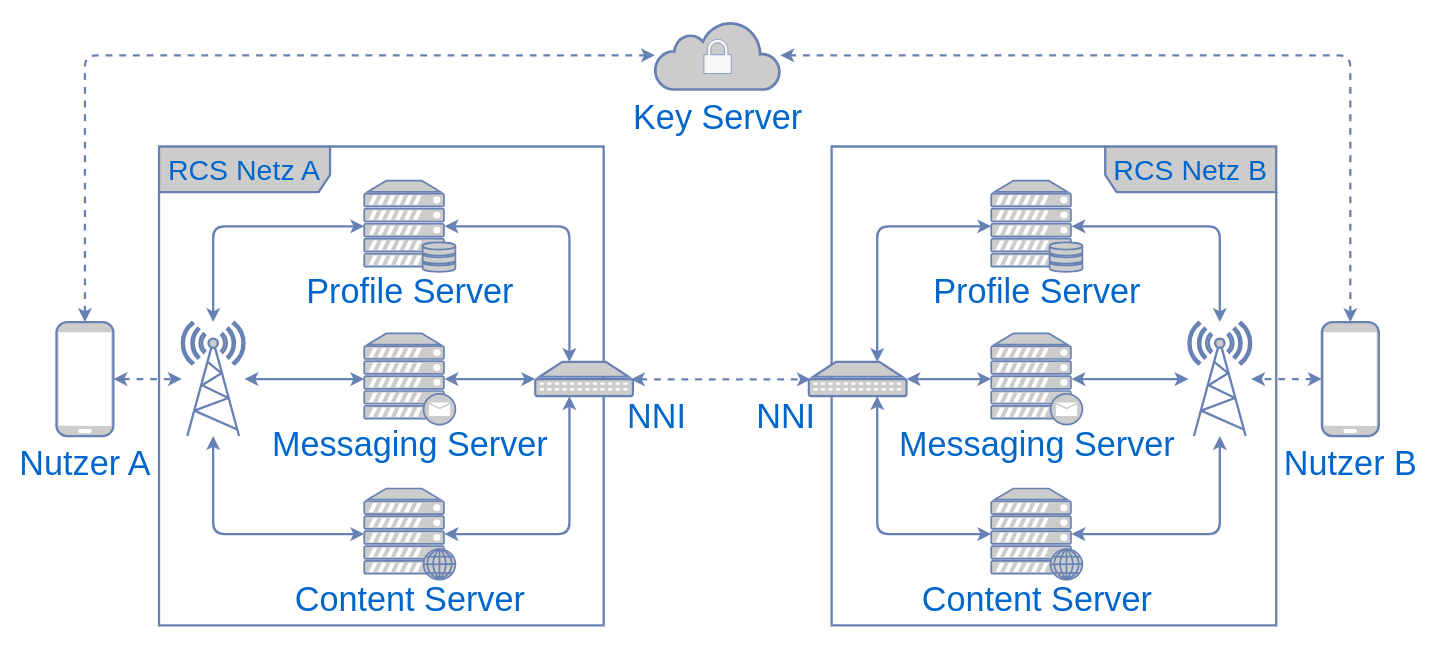
Earlier version of the draw.io diagram graphics/rcsnetz.drawio (DavidOlbrz/LiteraturSeminarWS24-25). Source tidied: cells renumbered, new cells numbered last; positions are measured from the earlier drawing's top-left corner, leaving out a move shared by most shapes. Both pictures are drawn from the tidied source at 114%, with x=0, y=0 at pixel (56, 21).
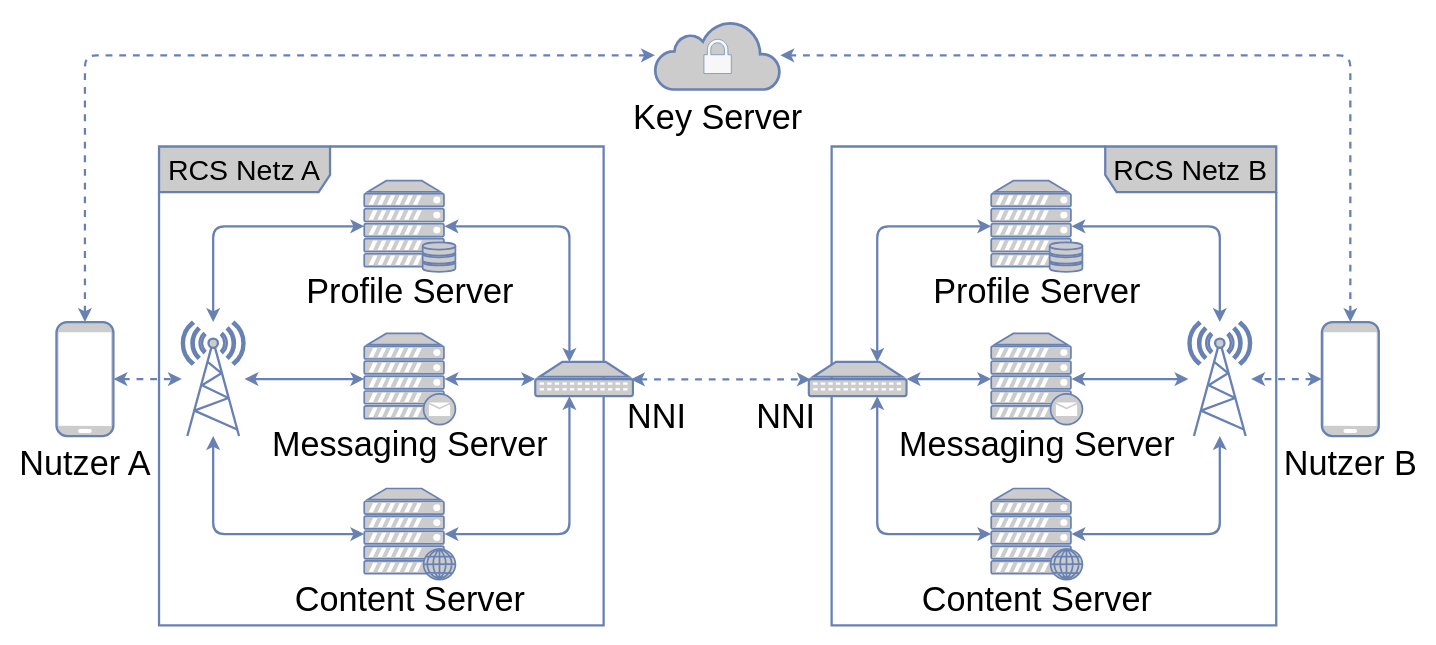
The same page after the edit.

Change to the diagram source:
```diff
@@
-    <mxCell id="4" value="Nutzer B" style="verticalAlign=top;verticalLabelPosition=bottom;labelPosition=center;align=center;html=1;outlineConnect=0;gradientDirection=north;strokeWidth=2;shape=mxgraph.networks.mobile;rounded=1;strokeColor=#6881B3;fontFamily=Helvetica;fontSize=30;fontColor=#0066CC;fillColor=#CCCCCC;gradientColor=none;" parent="1" vertex="1">
+    <mxCell id="4" value="Nutzer B" style="verticalAlign=top;verticalLabelPosition=bottom;labelPosition=center;align=center;html=1;outlineConnect=0;gradientDirection=north;strokeWidth=2;shape=mxgraph.networks.mobile;rounded=1;strokeColor=#6881B3;fontFamily=Helvetica;fontSize=30;fontColor=light-dark(#000000, #56aeff);fillColor=#CCCCCC;gradientColor=none;" parent="1" vertex="1">
       <mxGeometry x="1110" y="264" width="50" height="100" as="geometry" />
     </mxCell>
@@
-    <mxCell id="7" value="Nutzer A" style="verticalAlign=top;verticalLabelPosition=bottom;labelPosition=center;align=center;html=1;outlineConnect=0;gradientDirection=north;strokeWidth=2;shape=mxgraph.networks.mobile;rounded=1;strokeColor=#6881B3;fontFamily=Helvetica;fontSize=30;fontColor=#0066CC;fillColor=#CCCCCC;gradientColor=none;" parent="1" vertex="1">
+    <mxCell id="7" value="Nutzer A" style="verticalAlign=top;verticalLabelPosition=bottom;labelPosition=center;align=center;html=1;outlineConnect=0;gradientDirection=north;strokeWidth=2;shape=mxgraph.networks.mobile;rounded=1;strokeColor=#6881B3;fontFamily=Helvetica;fontSize=30;fontColor=light-dark(#000000, #56aeff);fillColor=#CCCCCC;gradientColor=none;" parent="1" vertex="1">
       <mxGeometry y="264" width="50" height="100" as="geometry" />
     </mxCell>
@@
-    <mxCell id="11" value="Messaging Server" style="verticalAlign=top;verticalLabelPosition=bottom;labelPosition=center;align=center;html=1;outlineConnect=0;gradientDirection=north;strokeWidth=2;shape=mxgraph.networks.mail_server;fillStyle=auto;shadow=0;rounded=1;strokeColor=#6881B3;fontFamily=Helvetica;fontSize=30;fontColor=#0066CC;fillColor=#CCCCCC;gradientColor=none;spacing=-5;" parent="1" vertex="1">
+    <mxCell id="11" value="Messaging Server" style="verticalAlign=top;verticalLabelPosition=bottom;labelPosition=center;align=center;html=1;outlineConnect=0;gradientDirection=north;strokeWidth=2;shape=mxgraph.networks.mail_server;fillStyle=auto;shadow=0;rounded=1;strokeColor=#6881B3;fontFamily=Helvetica;fontSize=30;fontColor=light-dark(#000000, #56aeff);fillColor=#CCCCCC;gradientColor=none;spacing=-5;" parent="1" vertex="1">
       <mxGeometry x="270" y="274" width="80" height="80" as="geometry" />
     </mxCell>
@@
-    <mxCell id="14" value="Content Server" style="verticalAlign=top;verticalLabelPosition=bottom;labelPosition=center;align=center;html=1;outlineConnect=0;gradientDirection=north;strokeWidth=2;shape=mxgraph.networks.web_server;rounded=1;strokeColor=#6881B3;fontFamily=Helvetica;fontSize=30;fontColor=#0066CC;fillColor=#CCCCCC;gradientColor=none;spacing=-5;" parent="1" vertex="1">
+    <mxCell id="14" value="Content Server" style="verticalAlign=top;verticalLabelPosition=bottom;labelPosition=center;align=center;html=1;outlineConnect=0;gradientDirection=north;strokeWidth=2;shape=mxgraph.networks.web_server;rounded=1;strokeColor=#6881B3;fontFamily=Helvetica;fontSize=30;fontColor=light-dark(#000000, #56aeff);fillColor=#CCCCCC;gradientColor=none;spacing=-5;" parent="1" vertex="1">
       <mxGeometry x="270" y="410" width="80" height="80" as="geometry" />
     </mxCell>
-    <mxCell id="15" value="Key&amp;nbsp;Server" style="html=1;outlineConnect=0;gradientDirection=north;strokeWidth=2;shape=mxgraph.networks.cloud;labelPosition=center;verticalLabelPosition=bottom;align=center;verticalAlign=top;rounded=1;strokeColor=#6881B3;fontFamily=Helvetica;fontSize=30;fontColor=#0066CC;fillColor=#CCCCCC;gradientColor=none;" parent="1" vertex="1">
+    <mxCell id="15" value="Key&amp;nbsp;Server" style="html=1;outlineConnect=0;gradientDirection=north;strokeWidth=2;shape=mxgraph.networks.cloud;labelPosition=center;verticalLabelPosition=bottom;align=center;verticalAlign=top;rounded=1;strokeColor=#6881B3;fontFamily=Helvetica;fontSize=30;fontColor=light-dark(#000000, #56aeff);fillColor=#CCCCCC;gradientColor=none;" parent="1" vertex="1">
       <mxGeometry x="525" width="110" height="60" as="geometry" />
     </mxCell>
@@
-    <mxCell id="18" value="Profile Server" style="verticalAlign=top;verticalLabelPosition=bottom;labelPosition=center;align=center;html=1;outlineConnect=0;gradientDirection=north;strokeWidth=2;shape=mxgraph.networks.server_storage;rounded=1;strokeColor=#6881B3;fontFamily=Helvetica;fontSize=30;fontColor=#0066CC;fillColor=#CCCCCC;gradientColor=none;horizontal=1;spacing=-5;" parent="1" vertex="1">
+    <mxCell id="18" value="Profile Server" style="verticalAlign=top;verticalLabelPosition=bottom;labelPosition=center;align=center;html=1;outlineConnect=0;gradientDirection=north;strokeWidth=2;shape=mxgraph.networks.server_storage;rounded=1;strokeColor=#6881B3;fontFamily=Helvetica;fontSize=30;fontColor=light-dark(#000000, #56aeff);fillColor=#CCCCCC;gradientColor=none;horizontal=1;spacing=-5;" parent="1" vertex="1">
       <mxGeometry x="270" y="140" width="80" height="80" as="geometry" />
     </mxCell>
-    <mxCell id="19" value="RCS Netz A" style="shape=umlFrame;whiteSpace=wrap;html=1;width=150;height=40;rounded=1;strokeColor=#6881B3;strokeWidth=2;align=center;verticalAlign=middle;fontFamily=Helvetica;fontSize=25;fontColor=#0066CC;fillColor=#CCCCCC;gradientColor=none;gradientDirection=north;" parent="1" vertex="1">
+    <mxCell id="19" value="RCS Netz A" style="shape=umlFrame;whiteSpace=wrap;html=1;width=150;height=40;rounded=1;strokeColor=#6881B3;strokeWidth=2;align=center;verticalAlign=middle;fontFamily=Helvetica;fontSize=25;fontColor=light-dark(#000000, #56aeff);fillColor=#CCCCCC;gradientColor=none;gradientDirection=north;" parent="1" vertex="1">
       <mxGeometry x="90" y="110" width="390" height="420" as="geometry" />
     </mxCell>
-    <mxCell id="20" value="NNI" style="verticalAlign=top;verticalLabelPosition=bottom;labelPosition=right;align=left;html=1;outlineConnect=0;gradientDirection=north;strokeWidth=2;shape=mxgraph.networks.patch_panel;rounded=1;strokeColor=#6881B3;fontFamily=Helvetica;fontSize=30;fontColor=#0066CC;fillColor=#CCCCCC;gradientColor=none;spacing=-5;" parent="1" vertex="1">
+    <mxCell id="20" value="NNI" style="verticalAlign=top;verticalLabelPosition=bottom;labelPosition=right;align=left;html=1;outlineConnect=0;gradientDirection=north;strokeWidth=2;shape=mxgraph.networks.patch_panel;rounded=1;strokeColor=#6881B3;fontFamily=Helvetica;fontSize=30;fontColor=light-dark(#000000, #56aeff);fillColor=#CCCCCC;gradientColor=none;spacing=-5;" parent="1" vertex="1">
       <mxGeometry x="420" y="299" width="85.7" height="30" as="geometry" />
     </mxCell>
@@
-    <mxCell id="24" value="Messaging Server" style="verticalAlign=top;verticalLabelPosition=bottom;labelPosition=center;align=center;html=1;outlineConnect=0;gradientDirection=north;strokeWidth=2;shape=mxgraph.networks.mail_server;rounded=1;strokeColor=#6881B3;fontFamily=Helvetica;fontSize=30;fontColor=#0066CC;fillColor=#CCCCCC;gradientColor=none;spacing=-5;" parent="1" vertex="1">
+    <mxCell id="24" value="Messaging Server" style="verticalAlign=top;verticalLabelPosition=bottom;labelPosition=center;align=center;html=1;outlineConnect=0;gradientDirection=north;strokeWidth=2;shape=mxgraph.networks.mail_server;rounded=1;strokeColor=#6881B3;fontFamily=Helvetica;fontSize=30;fontColor=light-dark(#000000, #56aeff);fillColor=#CCCCCC;gradientColor=none;spacing=-5;" parent="1" vertex="1">
       <mxGeometry x="820" y="274" width="80" height="80" as="geometry" />
     </mxCell>
@@
-    <mxCell id="27" value="Content Server" style="verticalAlign=top;verticalLabelPosition=bottom;labelPosition=center;align=center;html=1;outlineConnect=0;gradientDirection=north;strokeWidth=2;shape=mxgraph.networks.web_server;rounded=1;strokeColor=#6881B3;fontFamily=Helvetica;fontSize=30;fontColor=#0066CC;fillColor=#CCCCCC;gradientColor=none;spacing=-5;" parent="1" vertex="1">
+    <mxCell id="27" value="Content Server" style="verticalAlign=top;verticalLabelPosition=bottom;labelPosition=center;align=center;html=1;outlineConnect=0;gradientDirection=north;strokeWidth=2;shape=mxgraph.networks.web_server;rounded=1;strokeColor=#6881B3;fontFamily=Helvetica;fontSize=30;fontColor=light-dark(#000000, #56aeff);fillColor=#CCCCCC;gradientColor=none;spacing=-5;" parent="1" vertex="1">
       <mxGeometry x="820" y="410" width="80" height="80" as="geometry" />
     </mxCell>
@@
-    <mxCell id="30" value="Profile Server" style="verticalAlign=top;verticalLabelPosition=bottom;labelPosition=center;align=center;html=1;outlineConnect=0;gradientDirection=north;strokeWidth=2;shape=mxgraph.networks.server_storage;rounded=1;strokeColor=#6881B3;fontFamily=Helvetica;fontSize=30;fontColor=#0066CC;fillColor=#CCCCCC;gradientColor=none;spacing=-5;" parent="1" vertex="1">
+    <mxCell id="30" value="Profile Server" style="verticalAlign=top;verticalLabelPosition=bottom;labelPosition=center;align=center;html=1;outlineConnect=0;gradientDirection=north;strokeWidth=2;shape=mxgraph.networks.server_storage;rounded=1;strokeColor=#6881B3;fontFamily=Helvetica;fontSize=30;fontColor=light-dark(#000000, #56aeff);fillColor=#CCCCCC;gradientColor=none;spacing=-5;" parent="1" vertex="1">
       <mxGeometry x="820" y="140" width="80" height="80" as="geometry" />
     </mxCell>
-    <mxCell id="31" value="RCS Netz B" style="shape=umlFrame;whiteSpace=wrap;html=1;width=150;height=40;rounded=1;strokeColor=#6881B3;strokeWidth=2;align=center;verticalAlign=middle;fontFamily=Helvetica;fontSize=25;fontColor=#0066CC;fillColor=#CCCCCC;gradientColor=none;gradientDirection=north;labelPosition=center;verticalLabelPosition=middle;labelBackgroundColor=none;flipH=1;" parent="1" vertex="1">
+    <mxCell id="31" value="RCS Netz B" style="shape=umlFrame;whiteSpace=wrap;html=1;width=150;height=40;rounded=1;strokeColor=#6881B3;strokeWidth=2;align=center;verticalAlign=middle;fontFamily=Helvetica;fontSize=25;fontColor=light-dark(#000000, #56aeff);fillColor=#CCCCCC;gradientColor=none;gradientDirection=north;labelPosition=center;verticalLabelPosition=middle;labelBackgroundColor=none;flipH=1;" parent="1" vertex="1">
       <mxGeometry x="680" y="110" width="390" height="420" as="geometry" />
     </mxCell>
-    <mxCell id="32" value="NNI" style="verticalAlign=top;verticalLabelPosition=bottom;labelPosition=left;align=right;html=1;outlineConnect=0;gradientDirection=north;strokeWidth=2;shape=mxgraph.networks.patch_panel;rounded=1;strokeColor=#6881B3;fontFamily=Helvetica;fontSize=30;fontColor=#0066CC;fillColor=#CCCCCC;gradientColor=none;spacing=-5;" parent="1" vertex="1">
+    <mxCell id="32" value="NNI" style="verticalAlign=top;verticalLabelPosition=bottom;labelPosition=left;align=right;html=1;outlineConnect=0;gradientDirection=north;strokeWidth=2;shape=mxgraph.networks.patch_panel;rounded=1;strokeColor=#6881B3;fontFamily=Helvetica;fontSize=30;fontColor=light-dark(#000000, #56aeff);fillColor=#CCCCCC;gradientColor=none;spacing=-5;" parent="1" vertex="1">
       <mxGeometry x="660" y="299" width="85.7" height="30" as="geometry" />
     </mxCell>
```
